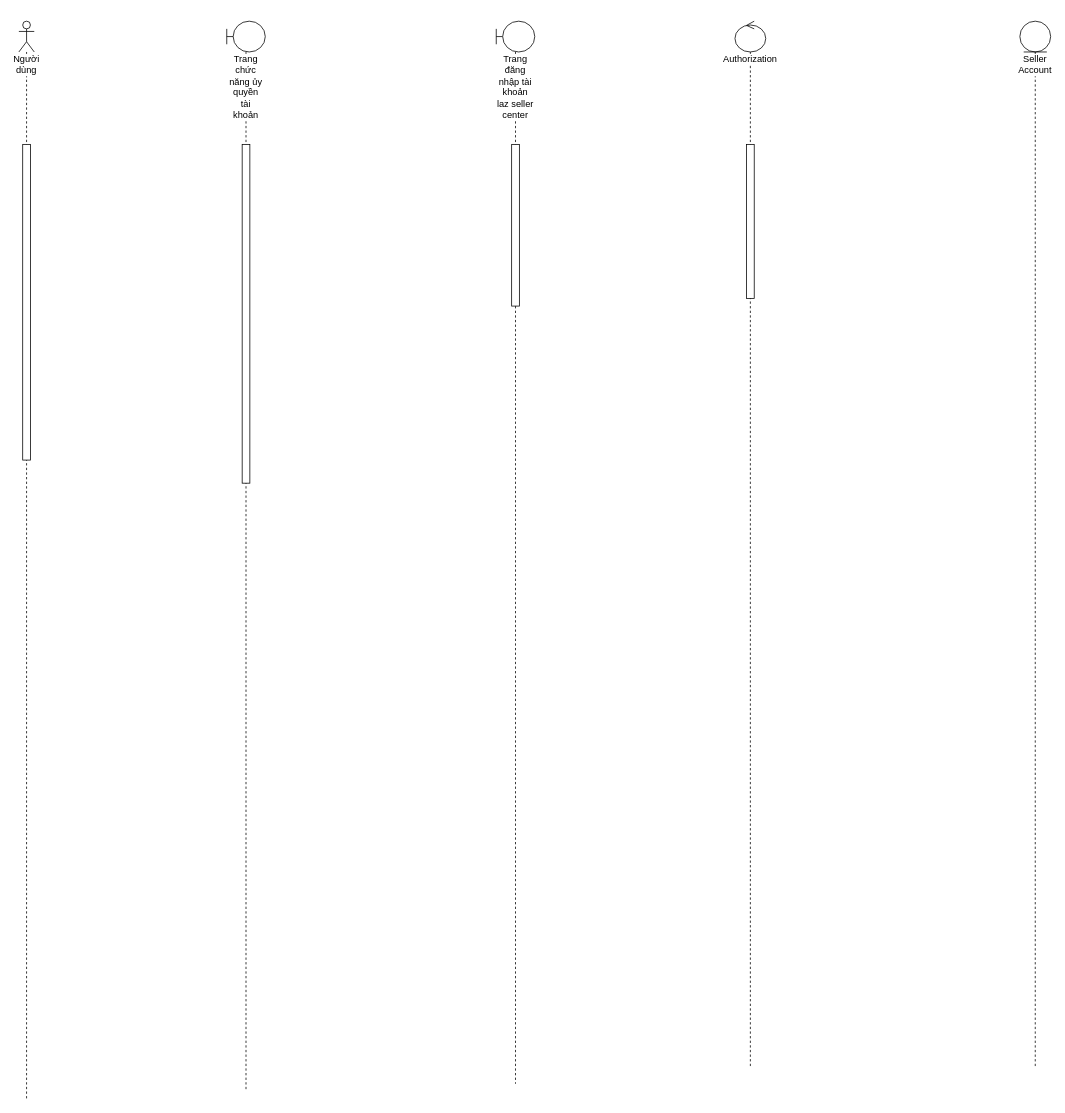
Above: long/Sequence_Authorization.drawio in xxminhmie/override-project-document (draw.io), before the change. Source tidied: cells renumbered, new cells numbered last; positions are measured from the earlier drawing's top-left corner, leaving out a move shared by most shapes. Both pictures are drawn from the tidied source at 77%, with x=0, y=0 at pixel (18, 21).
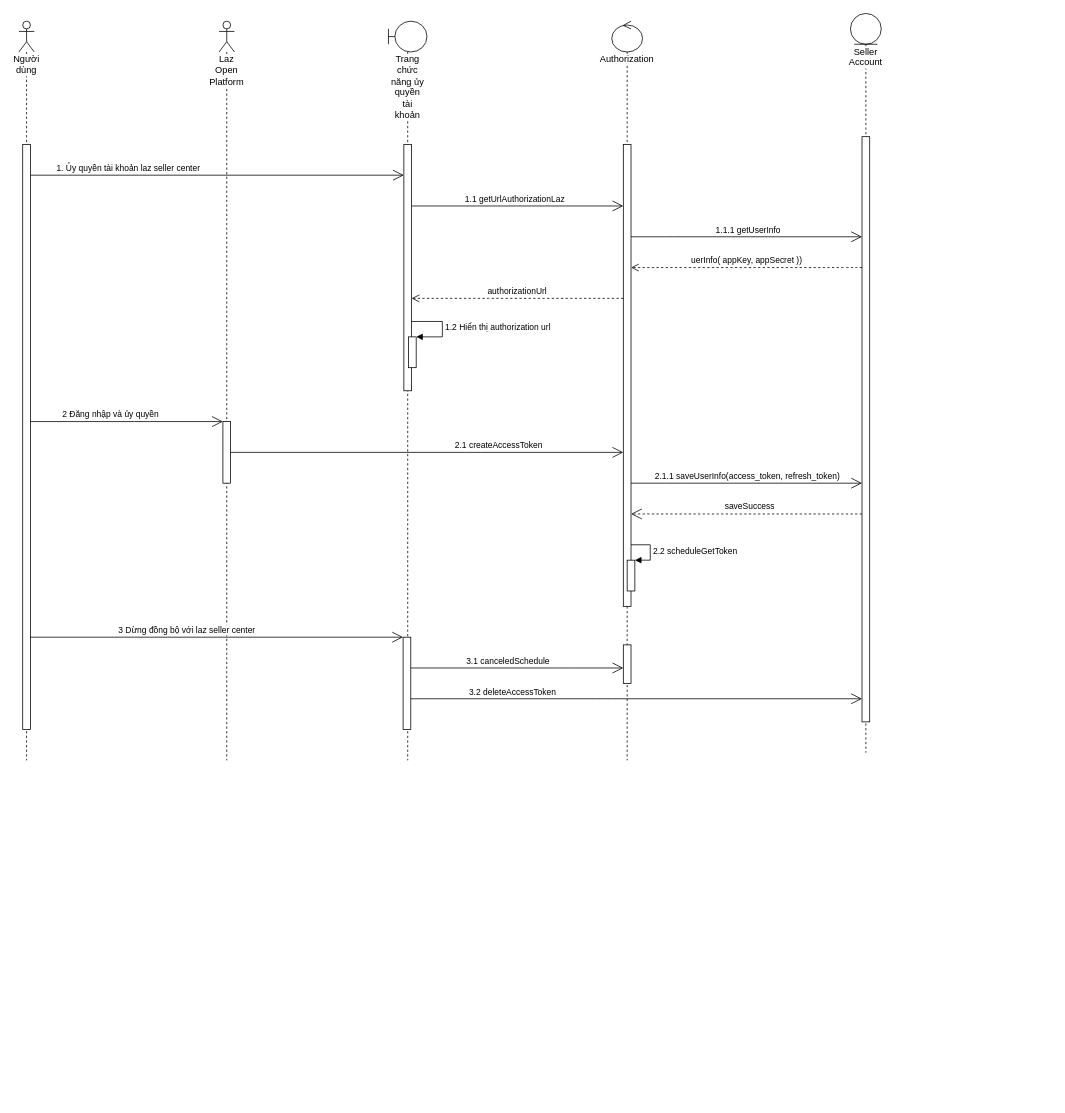
The same page after the edit.

Change to the diagram source:
```diff
@@
     <mxCell id="2" value="Người dùng" style="shape=umlLifeline;participant=umlActor;perimeter=lifelinePerimeter;whiteSpace=wrap;html=1;verticalAlign=top;spacingTop=36;labelBackgroundColor=#ffffff;" parent="1" vertex="1">
-      <mxGeometry width="20" height="1400" as="geometry" />
+      <mxGeometry width="20" height="960" as="geometry" />
     </mxCell>
     <mxCell id="3" style="html=1;points=[];perimeter=orthogonalPerimeter;labelBackgroundColor=#ffffff;" parent="2" vertex="1">
-      <mxGeometry x="5" y="160" width="10" height="410" as="geometry" />
+      <mxGeometry x="5" y="160" width="10" height="760" as="geometry" />
     </mxCell>
     <mxCell id="4" value="Trang chức năng ủy quyền tài khoản" style="shape=umlLifeline;participant=umlBoundary;perimeter=lifelinePerimeter;whiteSpace=wrap;html=1;verticalAlign=top;spacingTop=36;labelBackgroundColor=#ffffff;" parent="1" vertex="1">
-      <mxGeometry x="270" width="50" height="1390" as="geometry" />
+      <mxGeometry x="480" width="50" height="960" as="geometry" />
     </mxCell>
     <mxCell id="5" style="html=1;points=[];perimeter=orthogonalPerimeter;labelBackgroundColor=#ffffff;" parent="4" vertex="1">
-      <mxGeometry x="20" y="160" width="10" height="440" as="geometry" />
+      <mxGeometry x="20" y="160" width="10" height="320" as="geometry" />
     </mxCell>
-    <mxCell id="6" value="Trang đăng nhập tài khoản laz seller center" style="shape=umlLifeline;participant=umlBoundary;perimeter=lifelinePerimeter;whiteSpace=wrap;html=1;verticalAlign=top;spacingTop=36;labelBackgroundColor=#ffffff;" parent="1" vertex="1">
-      <mxGeometry x="620" width="50" height="1380" as="geometry" />
-    </mxCell>
-    <mxCell id="7" style="html=1;perimeter=orthogonalPerimeter;labelBackgroundColor=#ffffff;" parent="6" vertex="1">
-      <mxGeometry x="20" y="160" width="10" height="210" as="geometry" />
-    </mxCell>
+    <mxCell id="11" style="html=1;points=[];perimeter=orthogonalPerimeter;" parent="4" vertex="1">
+      <mxGeometry x="26" y="410" width="10" height="40" as="geometry" />
+    </mxCell>
+    <mxCell id="12" value="1.2 Hiển thị authorization url" style="edgeStyle=orthogonalEdgeStyle;html=1;align=left;spacingLeft=2;endArrow=block;rounded=0;entryX=1;entryY=0;" parent="4" edge="1" source="5" target="11">
+      <mxGeometry relative="1" as="geometry">
+        <Array as="points">
+          <mxPoint x="70" y="390" />
+          <mxPoint x="70" y="410" />
+        </Array>
+      </mxGeometry>
+    </mxCell>
+    <mxCell id="13" style="html=1;points=[];perimeter=orthogonalPerimeter;labelBackgroundColor=#ffffff;" parent="4" vertex="1">
+      <mxGeometry x="19" y="800" width="10" height="120" as="geometry" />
+    </mxCell>
     <mxCell id="8" value="Authorization" style="shape=umlLifeline;participant=umlControl;perimeter=lifelinePerimeter;whiteSpace=wrap;html=1;verticalAlign=top;spacingTop=36;labelBackgroundColor=#ffffff;" parent="1" vertex="1">
-      <mxGeometry x="930" width="40" height="1360" as="geometry" />
+      <mxGeometry x="770" width="40" height="960" as="geometry" />
     </mxCell>
     <mxCell id="9" style="html=1;points=[];perimeter=orthogonalPerimeter;labelBackgroundColor=#ffffff;" parent="8" vertex="1">
-      <mxGeometry x="15" y="160" width="10" height="200" as="geometry" />
+      <mxGeometry x="15" y="160" width="10" height="600" as="geometry" />
     </mxCell>
+    <mxCell id="14" style="html=1;points=[];perimeter=orthogonalPerimeter;labelBackgroundColor=#ffffff;" parent="8" vertex="1">
+      <mxGeometry x="20" y="700" width="10" height="40" as="geometry" />
+    </mxCell>
+    <mxCell id="15" value="2.2 scheduleGetToken" style="edgeStyle=orthogonalEdgeStyle;html=1;align=left;spacingLeft=2;endArrow=block;rounded=0;entryX=1;entryY=0;" parent="8" edge="1" source="9" target="14">
+      <mxGeometry relative="1" as="geometry">
+        <Array as="points">
+          <mxPoint x="50" y="680" />
+          <mxPoint x="50" y="700" />
+        </Array>
+      </mxGeometry>
+    </mxCell>
+    <mxCell id="16" style="html=1;points=[];perimeter=orthogonalPerimeter;labelBackgroundColor=#ffffff;" parent="8" vertex="1">
+      <mxGeometry x="15" y="810" width="10" height="50" as="geometry" />
+    </mxCell>
     <mxCell id="10" value="Seller Account" style="shape=umlLifeline;participant=umlEntity;perimeter=lifelinePerimeter;whiteSpace=wrap;html=1;verticalAlign=top;spacingTop=36;labelBackgroundColor=#ffffff;" parent="1" vertex="1">
-      <mxGeometry x="1300" width="40" height="1360" as="geometry" />
+      <mxGeometry x="1080" y="-10" width="40" height="960" as="geometry" />
     </mxCell>
+    <mxCell id="17" style="html=1;points=[];perimeter=orthogonalPerimeter;" parent="10" vertex="1">
+      <mxGeometry x="15" y="160" width="10" height="760" as="geometry" />
+    </mxCell>
+    <mxCell id="18" style="endArrow=open;endFill=1;endSize=12;html=1;" parent="1" edge="1" source="3" target="5">
+      <mxGeometry relative="1" as="geometry">
+        <Array as="points">
+          <mxPoint x="210" y="200" />
+        </Array>
+      </mxGeometry>
+    </mxCell>
+    <mxCell id="19" value="1. Ủy quyền tài khoản laz seller center" style="edgeLabel;html=1;align=center;verticalAlign=middle;" parent="18" vertex="1">
+      <mxGeometry x="-0.43" relative="1" as="geometry">
+        <mxPoint x="-12" y="-10" as="offset" />
+      </mxGeometry>
+    </mxCell>
+    <mxCell id="20" style="endArrow=open;endFill=1;endSize=12;html=1;" parent="1" edge="1" source="5" target="9">
+      <mxGeometry relative="1" as="geometry">
+        <Array as="points">
+          <mxPoint x="700" y="240" />
+        </Array>
+      </mxGeometry>
+    </mxCell>
+    <mxCell id="21" value="1.1 getUrlAuthorizationLaz" style="edgeLabel;html=1;align=center;verticalAlign=middle;" parent="20" vertex="1">
+      <mxGeometry x="-0.1" y="2" relative="1" as="geometry">
+        <mxPoint x="9" y="-8" as="offset" />
+      </mxGeometry>
+    </mxCell>
+    <mxCell id="22" style="endArrow=open;endFill=1;endSize=12;html=1;" parent="1" edge="1" source="9" target="17">
+      <mxGeometry relative="1" as="geometry">
+        <Array as="points">
+          <mxPoint x="840" y="280" />
+        </Array>
+      </mxGeometry>
+    </mxCell>
+    <mxCell id="23" value="1.1.1 getUserInfo" style="edgeLabel;html=1;align=center;verticalAlign=middle;" parent="22" vertex="1">
+      <mxGeometry x="-0.18" y="4" relative="1" as="geometry">
+        <mxPoint x="28" y="-6" as="offset" />
+      </mxGeometry>
+    </mxCell>
+    <mxCell id="24" value="uerInfo( appKey, appSecret ))" style="html=1;verticalAlign=bottom;endArrow=open;dashed=1;endSize=8;" parent="1" edge="1" source="17" target="9">
+      <mxGeometry relative="1" as="geometry">
+        <Array as="points">
+          <mxPoint x="1080" y="320" />
+        </Array>
+      </mxGeometry>
+    </mxCell>
+    <mxCell id="25" value="authorizationUrl" style="html=1;verticalAlign=bottom;endArrow=open;dashed=1;endSize=8;" parent="1" edge="1" source="9" target="5">
+      <mxGeometry relative="1" as="geometry">
+        <Array as="points">
+          <mxPoint x="620" y="360" />
+        </Array>
+      </mxGeometry>
+    </mxCell>
+    <mxCell id="26" style="endArrow=open;endFill=1;endSize=12;html=1;" parent="1" edge="1" target="29">
+      <mxGeometry relative="1" as="geometry">
+        <mxPoint x="15" y="520" as="sourcePoint" />
+        <Array as="points">
+          <mxPoint x="160" y="520" />
+        </Array>
+      </mxGeometry>
+    </mxCell>
+    <mxCell id="27" value="2 Đăng nhập và ủy quyền" style="edgeLabel;html=1;align=center;verticalAlign=middle;" parent="26" vertex="1">
+      <mxGeometry x="-0.21" y="3" relative="1" as="geometry">
+        <mxPoint x="4" y="-7" as="offset" />
+      </mxGeometry>
+    </mxCell>
+    <mxCell id="28" value="Laz Open Platform" style="shape=umlLifeline;participant=umlActor;perimeter=lifelinePerimeter;whiteSpace=wrap;html=1;verticalAlign=top;spacingTop=36;labelBackgroundColor=#ffffff;" parent="1" vertex="1">
+      <mxGeometry x="260" width="20" height="960" as="geometry" />
+    </mxCell>
+    <mxCell id="29" style="html=1;points=[];perimeter=orthogonalPerimeter;" parent="28" vertex="1">
+      <mxGeometry x="5" y="520" width="10" height="80" as="geometry" />
+    </mxCell>
+    <mxCell id="30" style="endArrow=open;endFill=1;endSize=12;html=1;" parent="1" edge="1" source="29" target="9">
+      <mxGeometry relative="1" as="geometry">
+        <Array as="points">
+          <mxPoint x="590" y="560" />
+        </Array>
+      </mxGeometry>
+    </mxCell>
+    <mxCell id="31" value="2.1 createAccessToken" style="edgeLabel;html=1;align=center;verticalAlign=middle;" parent="30" vertex="1">
+      <mxGeometry x="-0.17" y="2" relative="1" as="geometry">
+        <mxPoint x="135" y="-8" as="offset" />
+      </mxGeometry>
+    </mxCell>
+    <mxCell id="32" style="endArrow=open;endFill=1;endSize=12;html=1;" parent="1" edge="1" source="9" target="17">
+      <mxGeometry relative="1" as="geometry">
+        <Array as="points">
+          <mxPoint x="850" y="600" />
+        </Array>
+      </mxGeometry>
+    </mxCell>
+    <mxCell id="33" value="2.1.1 saveUserInfo(access_token, refresh_token)" style="edgeLabel;html=1;align=center;verticalAlign=middle;" parent="32" vertex="1">
+      <mxGeometry x="-0.16" y="1" relative="1" as="geometry">
+        <mxPoint x="24" y="-9" as="offset" />
+      </mxGeometry>
+    </mxCell>
+    <mxCell id="34" value="saveSuccess" style="endArrow=open;endSize=12;dashed=1;html=1;" parent="1" edge="1" source="17" target="9">
+      <mxGeometry x="-0.03" y="-10" relative="1" as="geometry">
+        <Array as="points">
+          <mxPoint x="890" y="640" />
+        </Array>
+      </mxGeometry>
+    </mxCell>
+    <mxCell id="35" style="endArrow=open;endFill=1;endSize=12;html=1;" parent="1" edge="1" source="3" target="13">
+      <mxGeometry relative="1" as="geometry">
+        <Array as="points">
+          <mxPoint x="160" y="800" />
+        </Array>
+      </mxGeometry>
+    </mxCell>
+    <mxCell id="36" value="3 Dừng đồng bộ với laz seller center" style="edgeLabel;html=1;align=center;verticalAlign=middle;" parent="35" vertex="1">
+      <mxGeometry x="-0.28" relative="1" as="geometry">
+        <mxPoint x="28.5" y="-10" as="offset" />
+      </mxGeometry>
+    </mxCell>
+    <mxCell id="37" style="endArrow=open;endFill=1;endSize=12;html=1;" parent="1" edge="1" source="13" target="16">
+      <mxGeometry relative="1" as="geometry">
+        <Array as="points">
+          <mxPoint x="710" y="840" />
+        </Array>
+      </mxGeometry>
+    </mxCell>
+    <mxCell id="38" value="3.1 canceledSchedule" style="edgeLabel;html=1;align=center;verticalAlign=middle;" parent="37" vertex="1">
+      <mxGeometry x="-0.31" y="1" relative="1" as="geometry">
+        <mxPoint x="30" y="-9" as="offset" />
+      </mxGeometry>
+    </mxCell>
+    <mxCell id="39" style="endArrow=open;endFill=1;endSize=12;html=1;" parent="1" edge="1" source="13" target="17">
+      <mxGeometry relative="1" as="geometry">
+        <Array as="points">
+          <mxPoint x="760" y="880" />
+        </Array>
+      </mxGeometry>
+    </mxCell>
+    <mxCell id="40" value="3.2 deleteAccessToken" style="edgeLabel;html=1;align=center;verticalAlign=middle;" parent="39" vertex="1">
+      <mxGeometry x="-0.57" y="1" relative="1" as="geometry">
+        <mxPoint x="5.1" y="-9" as="offset" />
+      </mxGeometry>
+    </mxCell>
```
